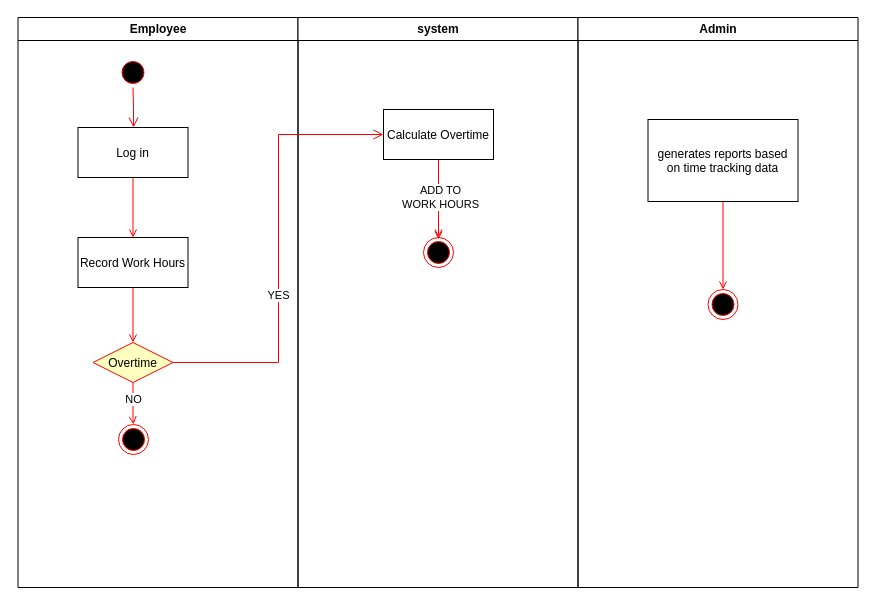
Arisa-Ndreu/test keeps this draw.io diagram as Time Tracking Diagram.drawio. Above is the earlier version. Source tidied: cells renumbered, new cells numbered last; positions are measured from the earlier drawing's top-left corner, leaving out a move shared by most shapes. Both pictures are drawn from the tidied source at 100%, with x=0, y=0 at pixel (17, 17).
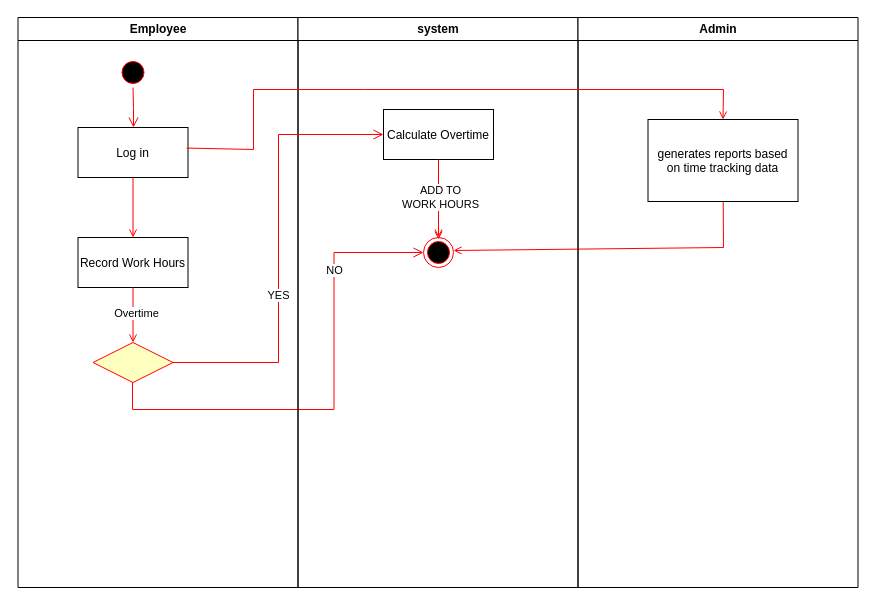
Above is the later version.

Unchanged cells that the change refers to:
```xml
<mxCell id="2" value="Employee" style="swimlane;whiteSpace=wrap;" parent="1" vertex="1">
  <mxGeometry x="0.5" width="280" height="570" as="geometry" />
</mxCell>
<mxCell id="5" value="Log in" parent="2" vertex="1">
  <mxGeometry x="60" y="110" width="110" height="50" as="geometry" />
</mxCell>
<mxCell id="8" style="endArrow=open;strokeColor=#FF0000;endFill=1;rounded=0;" parent="2" edge="1" source="6">
  <mxGeometry relative="1" as="geometry">
    <mxPoint x="115" y="325" as="targetPoint" />
  </mxGeometry>
</mxCell>
<mxCell id="10" value="system" style="swimlane;whiteSpace=wrap;" parent="1" vertex="1">
  <mxGeometry x="280.5" width="280" height="570" as="geometry" />
</mxCell>
<mxCell id="13" style="ellipse;html=1;shape=endState;fillColor=#000000;strokeColor=#ff0000;" parent="10" vertex="1">
  <mxGeometry x="125.5" y="220" width="30" height="30" as="geometry" />
</mxCell>
<mxCell id="16" value="Admin" style="swimlane;whiteSpace=wrap;" parent="1" vertex="1">
  <mxGeometry x="560.5" width="280" height="570" as="geometry" />
</mxCell>
<mxCell id="17" value="generates reports based &#10;on time tracking data" parent="16" vertex="1">
  <mxGeometry x="70" y="102" width="150" height="82" as="geometry" />
</mxCell>
```

Diff of the diagram source:
```diff
@@
+    <mxCell id="25" value="Overtime" style="edgeLabel;html=1;align=center;verticalAlign=middle;" parent="8" vertex="1">
+      <mxGeometry x="-0.09" y="3" relative="1" as="geometry" />
+    </mxCell>
-    <mxCell id="9" value="Overtime" style="rhombus;fillColor=#ffffc0;strokeColor=#ff0000;" parent="2" vertex="1">
+    <mxCell id="9" style="rhombus;fillColor=#ffffc0;strokeColor=#ff0000;" parent="2" vertex="1">
       <mxGeometry x="75" y="325" width="80" height="40" as="geometry" />
     </mxCell>
+    <mxCell id="26" style="edgeStyle=orthogonalEdgeStyle;html=1;verticalAlign=bottom;endArrow=open;endSize=8;strokeColor=#ff0000;rounded=0;entryX=0;entryY=0.5;entryDx=0;entryDy=0;" parent="2" edge="1" target="13">
+      <mxGeometry relative="1" as="geometry">
+        <mxPoint x="114.5" y="365" as="sourcePoint" />
+        <Array as="points">
+          <mxPoint x="115" y="392" />
+          <mxPoint x="316" y="392" />
+          <mxPoint x="316" y="235" />
+        </Array>
+      </mxGeometry>
+    </mxCell>
+    <mxCell id="24" value="NO" style="edgeLabel;html=1;align=center;verticalAlign=middle;" parent="26" vertex="1">
+      <mxGeometry x="0.55" relative="1" as="geometry" />
+    </mxCell>
@@
+    <mxCell id="19" style="endArrow=open;strokeColor=#FF0000;endFill=1;rounded=0;entryX=1;entryY=0.5;entryDx=0;entryDy=0;" parent="10" edge="1">
+      <mxGeometry relative="1" as="geometry">
+        <mxPoint x="425.2" y="182" as="sourcePoint" />
+        <mxPoint x="155.5" y="233" as="targetPoint" />
+        <Array as="points">
+          <mxPoint x="425.5" y="230" />
+        </Array>
+      </mxGeometry>
+    </mxCell>
@@
-    <mxCell id="18" style="ellipse;shape=endState;fillColor=#000000;strokeColor=#ff0000;" parent="16" vertex="1">
-      <mxGeometry x="130" y="272" width="30" height="30" as="geometry" />
-    </mxCell>
-    <mxCell id="19" style="endArrow=open;strokeColor=#FF0000;endFill=1;rounded=0;" parent="16" edge="1" source="17" target="18">
-      <mxGeometry relative="1" as="geometry" />
-    </mxCell>
@@
-    <mxCell id="22" style="ellipse;html=1;shape=endState;fillColor=#000000;strokeColor=#ff0000;" parent="1" vertex="1">
-      <mxGeometry x="101" y="407" width="30" height="30" as="geometry" />
-    </mxCell>
-    <mxCell id="23" style="edgeStyle=elbowEdgeStyle;elbow=horizontal;strokeColor=#FF0000;endArrow=open;endFill=1;rounded=0;" parent="1" edge="1" source="9" target="22">
-      <mxGeometry relative="1" as="geometry">
-        <Array as="points">
-          <mxPoint x="115.5" y="402" />
-        </Array>
-      </mxGeometry>
-    </mxCell>
-    <mxCell id="24" value="NO" style="edgeLabel;html=1;align=center;verticalAlign=middle;" parent="23" vertex="1">
-      <mxGeometry x="-0.25" relative="1" as="geometry" />
-    </mxCell>
+    <mxCell id="27" style="endArrow=open;strokeColor=#FF0000;endFill=1;rounded=0;exitX=0.987;exitY=0.411;exitDx=0;exitDy=0;exitPerimeter=0;entryX=0.5;entryY=0;entryDx=0;entryDy=0;" parent="1" edge="1" source="5" target="17">
+      <mxGeometry relative="1" as="geometry">
+        <Array as="points">
+          <mxPoint x="236" y="132" />
+          <mxPoint x="236" y="72" />
+          <mxPoint x="346" y="72" />
+          <mxPoint x="706" y="72" />
+        </Array>
+      </mxGeometry>
+    </mxCell>
```
